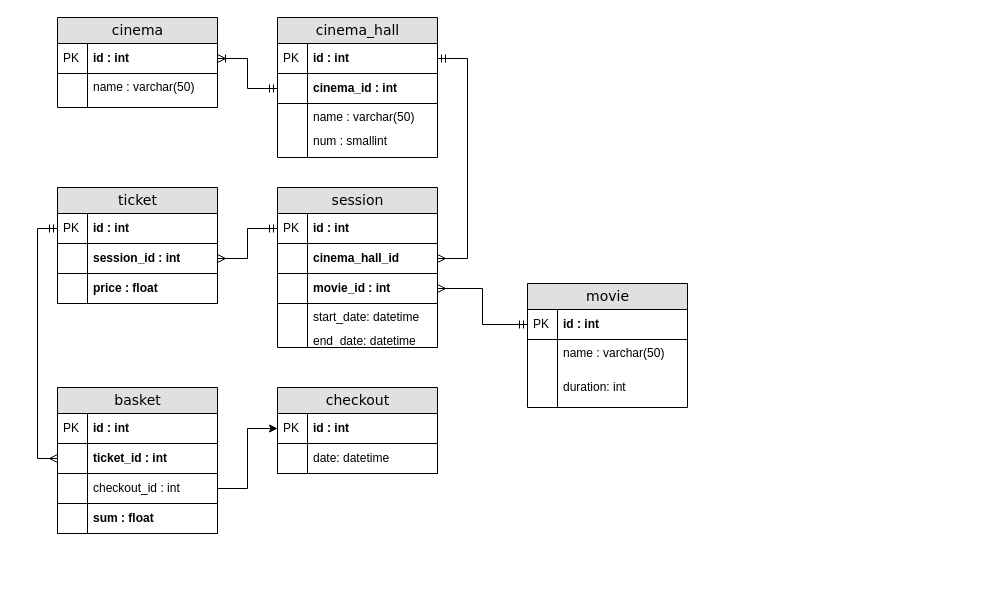
Before: scheme.drawio in otusteamedu/PHP_2023, a draw.io diagram. Source tidied: cells renumbered, new cells numbered last; positions are measured from the earlier drawing's top-left corner, leaving out a move shared by most shapes. Both pictures are drawn from the tidied source at 100%, with x=0, y=0 at pixel (57, 17).
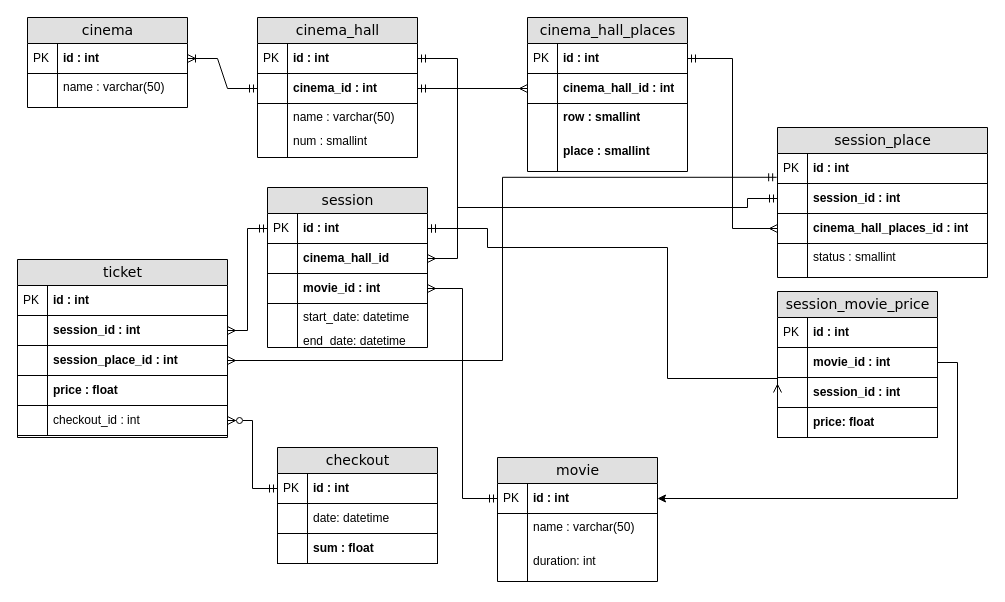
The same diagram, later.

Commit message (it also covers changes not shown here):
hw7. add tables, remove basket table, remove mocks

Unchanged cells that the change refers to:
```xml
<mxCell id="10" value="cinema_id : int" style="shape=partialRectangle;top=0;left=0;right=0;bottom=1;html=1;align=left;verticalAlign=middle;fillColor=none;spacingLeft=34;spacingRight=4;whiteSpace=wrap;overflow=hidden;points=[[0,0.5],[1,0.5]];portConstraint=eastwest;fontStyle=1;strokeColor=default;" parent="7" vertex="1">
  <mxGeometry y="56" width="160" height="30" as="geometry" />
</mxCell>
<mxCell id="17" value="id : int" style="shape=partialRectangle;top=0;left=0;right=0;bottom=1;html=1;align=left;verticalAlign=middle;fillColor=none;spacingLeft=34;spacingRight=4;whiteSpace=wrap;overflow=hidden;points=[[0,0.5],[1,0.5]];portConstraint=eastwest;fontStyle=1;" parent="16" vertex="1">
  <mxGeometry y="26" width="160" height="30" as="geometry" />
</mxCell>
<mxCell id="25" value="id : int" style="shape=partialRectangle;top=0;left=0;right=0;bottom=1;html=1;align=left;verticalAlign=middle;fillColor=none;spacingLeft=34;spacingRight=4;whiteSpace=wrap;overflow=hidden;points=[[0,0.5],[1,0.5]];portConstraint=eastwest;fontStyle=1;strokeColor=default;" parent="24" vertex="1">
  <mxGeometry y="26" width="160" height="30" as="geometry" />
</mxCell>
<mxCell id="39" value="id : int" style="shape=partialRectangle;top=0;left=0;right=0;bottom=1;html=1;align=left;verticalAlign=middle;fillColor=none;spacingLeft=34;spacingRight=4;whiteSpace=wrap;overflow=hidden;points=[[0,0.5],[1,0.5]];portConstraint=eastwest;fontStyle=1;strokeColor=default;" parent="38" vertex="1">
  <mxGeometry y="26" width="160" height="30" as="geometry" />
</mxCell>
```

Diff of the diagram source:
```diff
@@
     <mxCell id="2" value="cinema" style="swimlane;html=1;fontStyle=0;horizontal=1;startSize=26;fillColor=#e0e0e0;swimlaneFillColor=#ffffff;align=center;rounded=0;shadow=0;comic=0;labelBackgroundColor=none;strokeWidth=1;fontFamily=Verdana;fontSize=14;swimlaneLine=1;" parent="1" vertex="1">
-      <mxGeometry width="160" height="90" as="geometry" />
+      <mxGeometry x="-30" width="160" height="90" as="geometry" />
     </mxCell>
@@
     <mxCell id="7" value="cinema_hall" style="swimlane;html=1;fontStyle=0;horizontal=1;startSize=26;fillColor=#e0e0e0;swimlaneFillColor=#ffffff;align=center;rounded=0;shadow=0;comic=0;labelBackgroundColor=none;strokeWidth=1;fontFamily=Verdana;fontSize=14;swimlaneLine=1;" parent="1" vertex="1">
-      <mxGeometry x="220" width="160" height="140" as="geometry" />
+      <mxGeometry x="200" width="160" height="140" as="geometry" />
     </mxCell>
@@
     <mxCell id="16" value="movie" style="swimlane;html=1;fontStyle=0;horizontal=1;startSize=26;fillColor=#e0e0e0;swimlaneFillColor=#ffffff;align=center;rounded=0;shadow=0;comic=0;labelBackgroundColor=none;strokeWidth=1;fontFamily=Verdana;fontSize=14;swimlaneLine=1;" parent="1" vertex="1">
-      <mxGeometry x="470" y="266" width="160" height="124" as="geometry" />
+      <mxGeometry x="440" y="440" width="160" height="124" as="geometry" />
     </mxCell>
@@
     <mxCell id="24" value="session" style="swimlane;html=1;fontStyle=0;horizontal=1;startSize=26;fillColor=#e0e0e0;swimlaneFillColor=#ffffff;align=center;rounded=0;shadow=0;comic=0;labelBackgroundColor=none;strokeWidth=1;fontFamily=Verdana;fontSize=14;swimlaneLine=1;" parent="1" vertex="1">
-      <mxGeometry x="220" y="170" width="160" height="160" as="geometry" />
+      <mxGeometry x="210" y="170" width="160" height="160" as="geometry" />
     </mxCell>
@@
     <mxCell id="38" value="checkout" style="swimlane;html=1;fontStyle=0;horizontal=1;startSize=26;fillColor=#e0e0e0;swimlaneFillColor=#ffffff;align=center;rounded=0;shadow=0;comic=0;labelBackgroundColor=none;strokeWidth=1;fontFamily=Verdana;fontSize=14;swimlaneLine=1;" parent="1" vertex="1">
-      <mxGeometry x="220" y="370" width="160" height="86" as="geometry" />
+      <mxGeometry x="220" y="430" width="160" height="116" as="geometry" />
     </mxCell>
@@
+    <mxCell id="59" value="sum : float" style="shape=partialRectangle;top=0;left=0;right=0;bottom=1;html=1;align=left;verticalAlign=middle;fillColor=none;spacingLeft=34;spacingRight=4;whiteSpace=wrap;overflow=hidden;fontStyle=1;strokeColor=default;" parent="38" vertex="1">
+      <mxGeometry y="86" width="160" height="30" as="geometry" />
+    </mxCell>
+    <mxCell id="63" style="shape=partialRectangle;top=0;left=0;bottom=0;html=1;fillColor=none;align=left;verticalAlign=middle;spacingLeft=4;spacingRight=4;whiteSpace=wrap;overflow=hidden;" parent="59" vertex="1">
+      <mxGeometry width="30" height="30" as="geometry" />
+    </mxCell>
@@
     <mxCell id="44" value="ticket" style="swimlane;html=1;fontStyle=0;horizontal=1;startSize=26;fillColor=#e0e0e0;swimlaneFillColor=#ffffff;align=center;rounded=0;shadow=0;comic=0;labelBackgroundColor=none;strokeWidth=1;fontFamily=Verdana;fontSize=14;swimlaneLine=1;" parent="1" vertex="1">
-      <mxGeometry y="170" width="160" height="116" as="geometry" />
+      <mxGeometry x="-40" y="242" width="210" height="178" as="geometry" />
     </mxCell>
     <mxCell id="45" value="id : int" style="shape=partialRectangle;top=0;left=0;right=0;bottom=1;html=1;align=left;verticalAlign=middle;fillColor=none;spacingLeft=34;spacingRight=4;whiteSpace=wrap;overflow=hidden;points=[[0,0.5],[1,0.5]];portConstraint=eastwest;fontStyle=1;strokeColor=default;" parent="44" vertex="1">
-      <mxGeometry y="26" width="160" height="30" as="geometry" />
+      <mxGeometry y="26" width="210" height="30" as="geometry" />
     </mxCell>
@@
     <mxCell id="47" value="session_id : int" style="shape=partialRectangle;top=0;left=0;right=0;bottom=1;html=1;align=left;verticalAlign=middle;fillColor=none;spacingLeft=34;spacingRight=4;whiteSpace=wrap;overflow=hidden;points=[[0,0.5],[1,0.5]];portConstraint=eastwest;fontStyle=1;strokeColor=default;" parent="44" vertex="1">
-      <mxGeometry y="56" width="160" height="30" as="geometry" />
+      <mxGeometry y="56" width="210" height="30" as="geometry" />
     </mxCell>
@@
+    <mxCell id="64" value="session_place_id : int" style="shape=partialRectangle;top=0;left=0;right=0;bottom=1;html=1;align=left;verticalAlign=middle;fillColor=none;spacingLeft=34;spacingRight=4;whiteSpace=wrap;overflow=hidden;points=[[0,0.5],[1,0.5]];portConstraint=eastwest;fontStyle=1;strokeColor=default;" parent="44" vertex="1">
+      <mxGeometry y="86" width="210" height="30" as="geometry" />
+    </mxCell>
+    <mxCell id="65" style="shape=partialRectangle;top=0;left=0;bottom=0;html=1;fillColor=none;align=left;verticalAlign=middle;spacingLeft=4;spacingRight=4;whiteSpace=wrap;overflow=hidden;" parent="64" vertex="1">
+      <mxGeometry width="30" height="30" as="geometry" />
+    </mxCell>
     <mxCell id="49" value="price : float" style="shape=partialRectangle;top=0;left=0;right=0;bottom=1;html=1;align=left;verticalAlign=middle;fillColor=none;spacingLeft=34;spacingRight=4;whiteSpace=wrap;overflow=hidden;fontStyle=1;strokeColor=default;" parent="44" vertex="1">
-      <mxGeometry y="86" width="160" height="30" as="geometry" />
+      <mxGeometry y="116" width="210" height="30" as="geometry" />
     </mxCell>
@@
+    <mxCell id="57" value="checkout_id : int" style="shape=partialRectangle;top=0;left=0;right=0;bottom=1;html=1;align=left;verticalAlign=middle;fillColor=none;spacingLeft=34;spacingRight=4;whiteSpace=wrap;overflow=hidden;points=[[0,0.5],[1,0.5]];portConstraint=eastwest;fontStyle=0;strokeColor=default;" parent="44" vertex="1">
+      <mxGeometry y="146" width="210" height="30" as="geometry" />
+    </mxCell>
+    <mxCell id="66" style="shape=partialRectangle;top=0;left=0;bottom=0;html=1;fillColor=none;align=left;verticalAlign=middle;spacingLeft=4;spacingRight=4;whiteSpace=wrap;overflow=hidden;" parent="57" vertex="1">
+      <mxGeometry width="30" height="30" as="geometry" />
+    </mxCell>
@@
-    <mxCell id="52" value="basket" style="swimlane;html=1;fontStyle=0;horizontal=1;startSize=26;fillColor=#e0e0e0;swimlaneFillColor=#ffffff;align=center;rounded=0;shadow=0;comic=0;labelBackgroundColor=none;strokeWidth=1;fontFamily=Verdana;fontSize=14;swimlaneLine=1;" parent="1" vertex="1">
-      <mxGeometry y="370" width="160" height="146" as="geometry" />
-    </mxCell>
-    <mxCell id="53" value="id : int" style="shape=partialRectangle;top=0;left=0;right=0;bottom=1;html=1;align=left;verticalAlign=middle;fillColor=none;spacingLeft=34;spacingRight=4;whiteSpace=wrap;overflow=hidden;fontStyle=1;strokeColor=default;" parent="52" vertex="1">
-      <mxGeometry y="26" width="160" height="30" as="geometry" />
-    </mxCell>
-    <mxCell id="54" value="PK" style="shape=partialRectangle;top=0;left=0;bottom=0;html=1;fillColor=none;align=left;verticalAlign=middle;spacingLeft=4;spacingRight=4;whiteSpace=wrap;overflow=hidden;" parent="53" vertex="1">
-      <mxGeometry width="30" height="30" as="geometry" />
-    </mxCell>
-    <mxCell id="55" value="ticket_id : int" style="shape=partialRectangle;top=0;left=0;right=0;bottom=1;html=1;align=left;verticalAlign=middle;fillColor=none;spacingLeft=34;spacingRight=4;whiteSpace=wrap;overflow=hidden;points=[[0,0.5],[1,0.5]];portConstraint=eastwest;fontStyle=1;strokeColor=default;" parent="52" vertex="1">
-      <mxGeometry y="56" width="160" height="30" as="geometry" />
-    </mxCell>
-    <mxCell id="56" style="shape=partialRectangle;top=0;left=0;bottom=0;html=1;fillColor=none;align=left;verticalAlign=middle;spacingLeft=4;spacingRight=4;whiteSpace=wrap;overflow=hidden;" parent="55" vertex="1">
-      <mxGeometry width="30" height="30" as="geometry" />
-    </mxCell>
-    <mxCell id="57" value="checkout_id : int" style="shape=partialRectangle;top=0;left=0;right=0;bottom=1;html=1;align=left;verticalAlign=middle;fillColor=none;spacingLeft=34;spacingRight=4;whiteSpace=wrap;overflow=hidden;points=[[0,0.5],[1,0.5]];portConstraint=eastwest;fontStyle=0;strokeColor=default;" parent="52" vertex="1">
-      <mxGeometry y="86" width="160" height="30" as="geometry" />
-    </mxCell>
-    <mxCell id="58" style="shape=partialRectangle;top=0;left=0;bottom=0;html=1;fillColor=none;align=left;verticalAlign=middle;spacingLeft=4;spacingRight=4;whiteSpace=wrap;overflow=hidden;" parent="57" vertex="1">
-      <mxGeometry width="30" height="30" as="geometry" />
-    </mxCell>
-    <mxCell id="59" value="sum : float" style="shape=partialRectangle;top=0;left=0;right=0;bottom=1;html=1;align=left;verticalAlign=middle;fillColor=none;spacingLeft=34;spacingRight=4;whiteSpace=wrap;overflow=hidden;fontStyle=1;strokeColor=default;" parent="52" vertex="1">
-      <mxGeometry y="116" width="160" height="30" as="geometry" />
-    </mxCell>
-    <mxCell id="60" style="shape=partialRectangle;top=0;left=0;bottom=0;html=1;fillColor=none;align=left;verticalAlign=middle;spacingLeft=4;spacingRight=4;whiteSpace=wrap;overflow=hidden;" parent="59" vertex="1">
-      <mxGeometry width="30" height="30" as="geometry" />
-    </mxCell>
-    <mxCell id="61" style="edgeStyle=orthogonalEdgeStyle;rounded=0;jettySize=auto;html=1;exitX=0;exitY=0.5;exitDx=0;exitDy=0;entryX=0;entryY=0.5;entryDx=0;entryDy=0;startArrow=ERmany;startFill=0;endArrow=ERmandOne;endFill=0;" parent="1" edge="1" source="55" target="45">
-      <mxGeometry relative="1" as="geometry" />
-    </mxCell>
+    <mxCell id="67" value="session_movie_price" style="swimlane;html=1;fontStyle=0;horizontal=1;startSize=26;fillColor=#e0e0e0;swimlaneFillColor=#ffffff;align=center;rounded=0;shadow=0;comic=0;labelBackgroundColor=none;strokeWidth=1;fontFamily=Verdana;fontSize=14;swimlaneLine=1;" parent="1" vertex="1">
+      <mxGeometry x="720" y="274" width="160" height="146" as="geometry" />
+    </mxCell>
+    <mxCell id="68" value="id : int" style="shape=partialRectangle;top=0;left=0;right=0;bottom=1;html=1;align=left;verticalAlign=middle;fillColor=none;spacingLeft=34;spacingRight=4;whiteSpace=wrap;overflow=hidden;fontStyle=1;" parent="67" vertex="1">
+      <mxGeometry y="26" width="160" height="30" as="geometry" />
+    </mxCell>
+    <mxCell id="69" value="PK" style="shape=partialRectangle;top=0;left=0;bottom=0;html=1;fillColor=none;align=left;verticalAlign=middle;spacingLeft=4;spacingRight=4;whiteSpace=wrap;overflow=hidden;" parent="68" vertex="1">
+      <mxGeometry width="30" height="30" as="geometry" />
+    </mxCell>
+    <mxCell id="70" value="movie_id : int" style="shape=partialRectangle;top=0;left=0;right=0;bottom=1;html=1;align=left;verticalAlign=middle;fillColor=none;spacingLeft=34;spacingRight=4;whiteSpace=wrap;overflow=hidden;points=[[0,0.5],[1,0.5]];portConstraint=eastwest;fontStyle=1;" parent="67" vertex="1">
+      <mxGeometry y="56" width="160" height="30" as="geometry" />
+    </mxCell>
+    <mxCell id="71" style="shape=partialRectangle;top=0;left=0;bottom=0;html=1;fillColor=none;align=left;verticalAlign=middle;spacingLeft=4;spacingRight=4;whiteSpace=wrap;overflow=hidden;" parent="70" vertex="1">
+      <mxGeometry width="30" height="30" as="geometry" />
+    </mxCell>
+    <mxCell id="72" value="session_id : int" style="shape=partialRectangle;top=0;left=0;right=0;bottom=1;html=1;align=left;verticalAlign=middle;fillColor=none;spacingLeft=34;spacingRight=4;whiteSpace=wrap;overflow=hidden;points=[[0,0.5],[1,0.5]];portConstraint=eastwest;fontStyle=1;" parent="67" vertex="1">
+      <mxGeometry y="86" width="160" height="30" as="geometry" />
+    </mxCell>
+    <mxCell id="73" style="shape=partialRectangle;top=0;left=0;bottom=0;html=1;fillColor=none;align=left;verticalAlign=middle;spacingLeft=4;spacingRight=4;whiteSpace=wrap;overflow=hidden;" parent="72" vertex="1">
+      <mxGeometry width="30" height="30" as="geometry" />
+    </mxCell>
+    <mxCell id="74" value="price: float" style="shape=partialRectangle;top=0;left=0;right=0;bottom=1;html=1;align=left;verticalAlign=middle;fillColor=none;spacingLeft=34;spacingRight=4;whiteSpace=wrap;overflow=hidden;fontStyle=1;" parent="67" vertex="1">
+      <mxGeometry y="116" width="160" height="30" as="geometry" />
+    </mxCell>
+    <mxCell id="75" style="shape=partialRectangle;top=0;left=0;bottom=0;html=1;fillColor=none;align=left;verticalAlign=middle;spacingLeft=4;spacingRight=4;whiteSpace=wrap;overflow=hidden;" parent="74" vertex="1">
+      <mxGeometry width="30" height="30" as="geometry" />
+    </mxCell>
+    <mxCell id="76" style="edgeStyle=orthogonalEdgeStyle;rounded=0;jettySize=auto;html=1;exitX=0;exitY=0.5;exitDx=0;exitDy=0;entryX=1;entryY=0.5;entryDx=0;entryDy=0;startArrow=ERmany;startFill=0;endArrow=ERmandOne;endFill=0;" parent="1" edge="1" source="72" target="25">
+      <mxGeometry relative="1" as="geometry">
+        <Array as="points">
+          <mxPoint x="610" y="361" />
+          <mxPoint x="610" y="230" />
+          <mxPoint x="430" y="230" />
+          <mxPoint x="430" y="211" />
+        </Array>
+      </mxGeometry>
+    </mxCell>
+    <mxCell id="77" style="edgeStyle=orthogonalEdgeStyle;rounded=0;jettySize=auto;html=1;exitX=1;exitY=0.5;exitDx=0;exitDy=0;entryX=1;entryY=0.5;entryDx=0;entryDy=0;" parent="1" edge="1" source="70" target="17">
+      <mxGeometry relative="1" as="geometry" />
+    </mxCell>
+    <mxCell id="78" value="cinema_hall_places" style="swimlane;html=1;fontStyle=0;horizontal=1;startSize=26;fillColor=#e0e0e0;swimlaneFillColor=#ffffff;align=center;rounded=0;shadow=0;comic=0;labelBackgroundColor=none;strokeWidth=1;fontFamily=Verdana;fontSize=14;swimlaneLine=1;" parent="1" vertex="1">
+      <mxGeometry x="470" width="160" height="154" as="geometry" />
+    </mxCell>
+    <mxCell id="79" value="id : int" style="shape=partialRectangle;top=0;left=0;right=0;bottom=1;html=1;align=left;verticalAlign=middle;fillColor=none;spacingLeft=34;spacingRight=4;whiteSpace=wrap;overflow=hidden;points=[[0,0.5],[1,0.5]];portConstraint=eastwest;fontStyle=1;" parent="78" vertex="1">
+      <mxGeometry y="26" width="160" height="30" as="geometry" />
+    </mxCell>
+    <mxCell id="80" value="PK" style="shape=partialRectangle;top=0;left=0;bottom=0;html=1;fillColor=none;align=left;verticalAlign=middle;spacingLeft=4;spacingRight=4;whiteSpace=wrap;overflow=hidden;" parent="79" vertex="1">
+      <mxGeometry width="30" height="30" as="geometry" />
+    </mxCell>
+    <mxCell id="81" value="cinema_hall_id : int" style="shape=partialRectangle;top=0;left=0;right=0;bottom=1;html=1;align=left;verticalAlign=middle;fillColor=none;spacingLeft=34;spacingRight=4;whiteSpace=wrap;overflow=hidden;points=[[0,0.5],[1,0.5]];portConstraint=eastwest;fontStyle=1;" parent="78" vertex="1">
+      <mxGeometry y="56" width="160" height="30" as="geometry" />
+    </mxCell>
+    <mxCell id="82" style="shape=partialRectangle;top=0;left=0;bottom=0;html=1;fillColor=none;align=left;verticalAlign=middle;spacingLeft=4;spacingRight=4;whiteSpace=wrap;overflow=hidden;" parent="81" vertex="1">
+      <mxGeometry width="30" height="30" as="geometry" />
+    </mxCell>
+    <mxCell id="83" value="row : smallint" style="shape=partialRectangle;top=0;left=0;right=0;bottom=0;html=1;align=left;verticalAlign=top;fillColor=none;spacingLeft=34;spacingRight=4;whiteSpace=wrap;overflow=hidden;fontStyle=1;" parent="78" vertex="1">
+      <mxGeometry y="86" width="160" height="34" as="geometry" />
+    </mxCell>
+    <mxCell id="84" style="shape=partialRectangle;top=0;left=0;bottom=0;html=1;fillColor=none;align=left;verticalAlign=top;spacingLeft=4;spacingRight=4;whiteSpace=wrap;overflow=hidden;" parent="83" vertex="1">
+      <mxGeometry width="30" height="34" as="geometry" />
+    </mxCell>
+    <mxCell id="85" value="place : smallint" style="shape=partialRectangle;top=0;left=0;right=0;bottom=0;html=1;align=left;verticalAlign=top;fillColor=none;spacingLeft=34;spacingRight=4;whiteSpace=wrap;overflow=hidden;fontStyle=1;" parent="78" vertex="1">
+      <mxGeometry y="120" width="160" height="34" as="geometry" />
+    </mxCell>
+    <mxCell id="86" style="shape=partialRectangle;top=0;left=0;bottom=0;html=1;fillColor=none;align=left;verticalAlign=top;spacingLeft=4;spacingRight=4;whiteSpace=wrap;overflow=hidden;" parent="85" vertex="1">
+      <mxGeometry width="30" height="34" as="geometry" />
+    </mxCell>
+    <mxCell id="87" style="edgeStyle=orthogonalEdgeStyle;rounded=0;jettySize=auto;html=1;exitX=0;exitY=0.5;exitDx=0;exitDy=0;startArrow=ERmany;startFill=0;endArrow=ERmandOne;endFill=0;" parent="1" edge="1" source="81" target="10">
+      <mxGeometry relative="1" as="geometry" />
+    </mxCell>
+    <mxCell id="88" value="session_place" style="swimlane;html=1;fontStyle=0;horizontal=1;startSize=26;fillColor=#e0e0e0;swimlaneFillColor=#ffffff;align=center;rounded=0;shadow=0;comic=0;labelBackgroundColor=none;strokeWidth=1;fontFamily=Verdana;fontSize=14;swimlaneLine=1;" parent="1" vertex="1">
+      <mxGeometry x="720" y="110" width="210" height="150" as="geometry" />
+    </mxCell>
+    <mxCell id="89" value="id : int" style="shape=partialRectangle;top=0;left=0;right=0;bottom=1;html=1;align=left;verticalAlign=middle;fillColor=none;spacingLeft=34;spacingRight=4;whiteSpace=wrap;overflow=hidden;points=[[0,0.5],[1,0.5]];portConstraint=eastwest;fontStyle=1;" parent="88" vertex="1">
+      <mxGeometry y="26" width="210" height="30" as="geometry" />
+    </mxCell>
+    <mxCell id="90" value="PK" style="shape=partialRectangle;top=0;left=0;bottom=0;html=1;fillColor=none;align=left;verticalAlign=middle;spacingLeft=4;spacingRight=4;whiteSpace=wrap;overflow=hidden;" parent="89" vertex="1">
+      <mxGeometry width="30" height="30" as="geometry" />
+    </mxCell>
+    <mxCell id="91" value="session_id : int" style="shape=partialRectangle;top=0;left=0;right=0;bottom=1;html=1;align=left;verticalAlign=middle;fillColor=none;spacingLeft=34;spacingRight=4;whiteSpace=wrap;overflow=hidden;points=[[0,0.5],[1,0.5]];portConstraint=eastwest;fontStyle=1;" parent="88" vertex="1">
+      <mxGeometry y="56" width="210" height="30" as="geometry" />
+    </mxCell>
+    <mxCell id="92" style="shape=partialRectangle;top=0;left=0;bottom=0;html=1;fillColor=none;align=left;verticalAlign=middle;spacingLeft=4;spacingRight=4;whiteSpace=wrap;overflow=hidden;" parent="91" vertex="1">
+      <mxGeometry width="30" height="30" as="geometry" />
+    </mxCell>
+    <mxCell id="93" value="cinema_hall_places_id : int" style="shape=partialRectangle;top=0;left=0;right=0;bottom=1;html=1;align=left;verticalAlign=middle;fillColor=none;spacingLeft=34;spacingRight=4;whiteSpace=wrap;overflow=hidden;points=[[0,0.5],[1,0.5]];portConstraint=eastwest;fontStyle=1;" parent="88" vertex="1">
+      <mxGeometry y="86" width="210" height="30" as="geometry" />
+    </mxCell>
+    <mxCell id="94" style="shape=partialRectangle;top=0;left=0;bottom=0;html=1;fillColor=none;align=left;verticalAlign=middle;spacingLeft=4;spacingRight=4;whiteSpace=wrap;overflow=hidden;" parent="93" vertex="1">
+      <mxGeometry width="30" height="30" as="geometry" />
+    </mxCell>
+    <mxCell id="95" value="status : smallint" style="shape=partialRectangle;top=0;left=0;right=0;bottom=0;html=1;align=left;verticalAlign=top;fillColor=none;spacingLeft=34;spacingRight=4;whiteSpace=wrap;overflow=hidden;fontStyle=0;" parent="88" vertex="1">
+      <mxGeometry y="116" width="210" height="34" as="geometry" />
+    </mxCell>
+    <mxCell id="96" style="shape=partialRectangle;top=0;left=0;bottom=0;html=1;fillColor=none;align=left;verticalAlign=top;spacingLeft=4;spacingRight=4;whiteSpace=wrap;overflow=hidden;" parent="95" vertex="1">
+      <mxGeometry width="30" height="34" as="geometry" />
+    </mxCell>
+    <mxCell id="97" style="edgeStyle=orthogonalEdgeStyle;rounded=0;jettySize=auto;html=1;exitX=0;exitY=0.5;exitDx=0;exitDy=0;entryX=1;entryY=0.5;entryDx=0;entryDy=0;startArrow=ERmandOne;startFill=0;endArrow=ERmandOne;endFill=0;" parent="1" edge="1" source="91" target="25">
+      <mxGeometry relative="1" as="geometry">
+        <Array as="points">
+          <mxPoint x="690" y="181" />
+          <mxPoint x="690" y="190" />
+          <mxPoint x="400" y="190" />
+          <mxPoint x="400" y="211" />
+        </Array>
+      </mxGeometry>
+    </mxCell>
+    <mxCell id="98" style="edgeStyle=orthogonalEdgeStyle;rounded=0;jettySize=auto;html=1;exitX=0;exitY=0.5;exitDx=0;exitDy=0;entryX=1;entryY=0.5;entryDx=0;entryDy=0;startArrow=ERmany;startFill=0;endArrow=ERmandOne;endFill=0;" parent="1" edge="1" source="93" target="79">
+      <mxGeometry relative="1" as="geometry" />
+    </mxCell>
+    <mxCell id="99" style="edgeStyle=orthogonalEdgeStyle;rounded=0;jettySize=auto;html=1;exitX=1;exitY=0.5;exitDx=0;exitDy=0;entryX=-0.004;entryY=0.793;entryDx=0;entryDy=0;entryPerimeter=0;startArrow=ERmany;startFill=0;endArrow=ERmandOne;endFill=0;" parent="1" edge="1" source="64" target="89">
+      <mxGeometry relative="1" as="geometry" />
+    </mxCell>
-    <mxCell id="62" style="edgeStyle=orthogonalEdgeStyle;rounded=0;jettySize=auto;html=1;exitX=1;exitY=0.5;exitDx=0;exitDy=0;" parent="1" edge="1" source="57" target="39">
+    <mxCell id="62" style="edgeStyle=orthogonalEdgeStyle;rounded=0;jettySize=auto;html=1;entryX=0;entryY=0.5;entryDx=0;entryDy=0;startArrow=ERzeroToMany;startFill=0;endArrow=ERmandOne;endFill=0;" parent="1" edge="1" source="57" target="39">
       <mxGeometry relative="1" as="geometry" />
     </mxCell>
```
